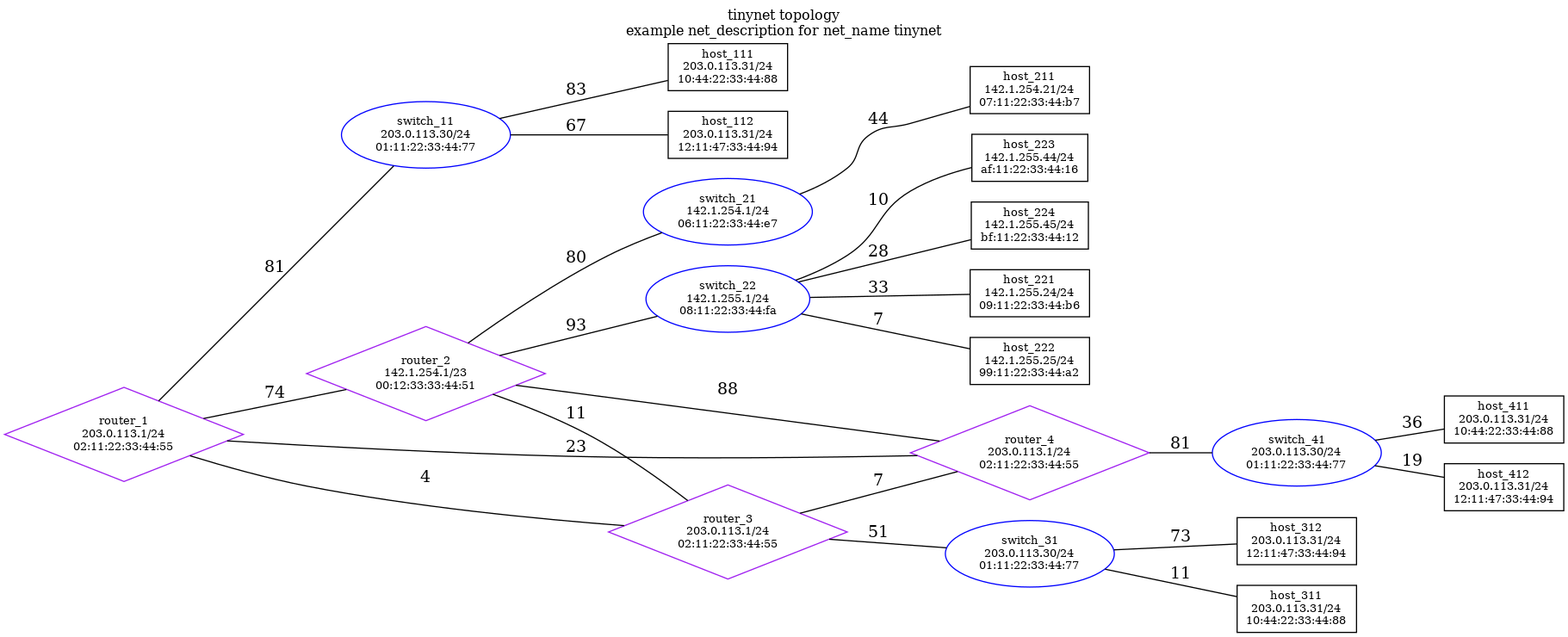
Above: conf/image/net.png in zpnst/tinynet (Graphviz), before the change. Its source is kept beside it as conf/data/net.dot.
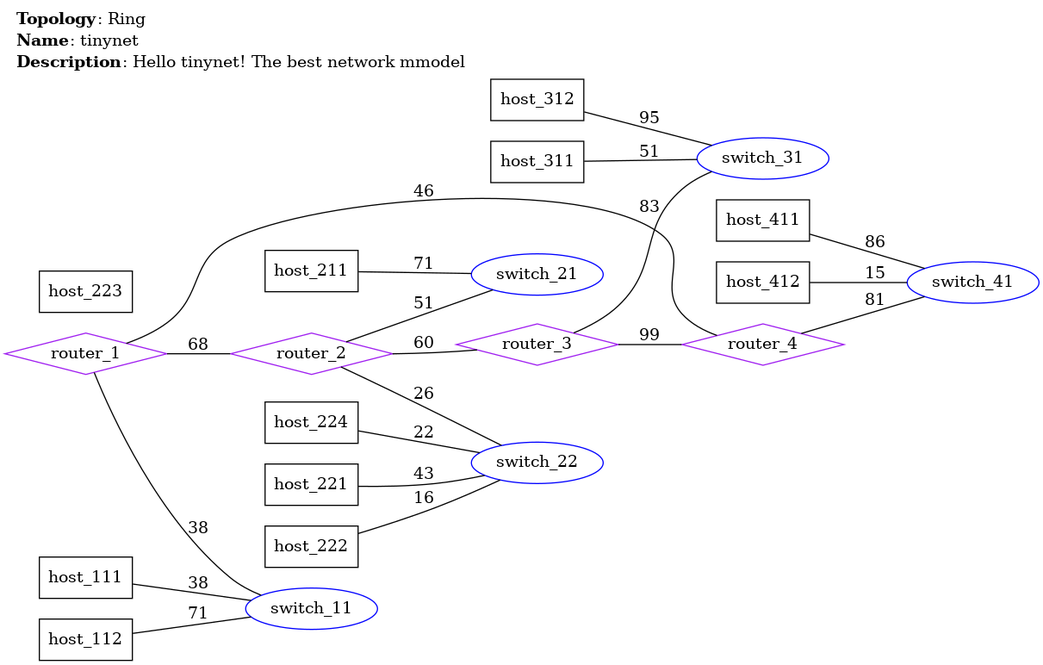
After the change.

What changed in the source:
```diff
@@ -1,51 +1,52 @@
 graph tinynet {
-    splines=true;
-    overlap=false;
     rankdir=LR;
-    label="tinynet topology\nexample net_description for net_name tinynet";
     labelloc=top;
-    fontsize=12;
-    node [fontsize=10];
-    "router_1" [shape=diamond, label="router_1\n203.0.113.1/24\n02:11:22:33:44:55", color=purple];
-    "switch_11" [shape=ellipse, label="switch_11\n203.0.113.30/24\n01:11:22:33:44:77", color=blue];
-    "host_111" [shape=box, label="host_111\n203.0.113.31/24\n10:44:22:33:44:88", color=black];
-    "host_112" [shape=box, label="host_112\n203.0.113.31/24\n12:11:47:33:44:94", color=black];
-    "router_2" [shape=diamond, label="router_2\n142.1.254.1/23\n00:12:33:33:44:51", color=purple];
-    "switch_21" [shape=ellipse, label="switch_21\n142.1.254.1/24\n06:11:22:33:44:e7", color=blue];
-    "host_211" [shape=box, label="host_211\n142.1.254.21/24\n07:11:22:33:44:b7", color=black];
-    "switch_22" [shape=ellipse, label="switch_22\n142.1.255.1/24\n08:11:22:33:44:fa", color=blue];
-    "host_221" [shape=box, label="host_221\n142.1.255.24/24\n09:11:22:33:44:b6", color=black];
-    "host_222" [shape=box, label="host_222\n142.1.255.25/24\n99:11:22:33:44:a2", color=black];
-    "host_223" [shape=box, label="host_223\n142.1.255.44/24\naf:11:22:33:44:16", color=black];
-    "host_224" [shape=box, label="host_224\n142.1.255.45/24\nbf:11:22:33:44:12", color=black];
-    "router_3" [shape=diamond, label="router_3\n203.0.113.1/24\n02:11:22:33:44:55", color=purple];
-    "switch_31" [shape=ellipse, label="switch_31\n203.0.113.30/24\n01:11:22:33:44:77", color=blue];
-    "host_311" [shape=box, label="host_311\n203.0.113.31/24\n10:44:22:33:44:88", color=black];
-    "host_312" [shape=box, label="host_312\n203.0.113.31/24\n12:11:47:33:44:94", color=black];
-    "router_4" [shape=diamond, label="router_4\n203.0.113.1/24\n02:11:22:33:44:55", color=purple];
-    "switch_41" [shape=ellipse, label="switch_41\n203.0.113.30/24\n01:11:22:33:44:77", color=blue];
-    "host_411" [shape=box, label="host_411\n203.0.113.31/24\n10:44:22:33:44:88", color=black];
-    "host_412" [shape=box, label="host_412\n203.0.113.31/24\n12:11:47:33:44:94", color=black];
-    "router_1" -- "switch_11" [label="82"];
-    "switch_11" -- "host_111" [label="23"];
-    "switch_11" -- "host_112" [label="17"];
-    "router_2" -- "switch_21" [label="83"];
-    "switch_21" -- "host_211" [label="87"];
-    "router_2" -- "switch_22" [label="98"];
-    "switch_22" -- "host_221" [label="77"];
-    "switch_22" -- "host_222" [label="31"];
-    "switch_22" -- "host_223" [label="99"];
-    "switch_22" -- "host_224" [label="51"];
-    "router_3" -- "switch_31" [label="87"];
-    "switch_31" -- "host_311" [label="51"];
-    "switch_31" -- "host_312" [label="14"];
-    "router_4" -- "switch_41" [label="54"];
-    "switch_41" -- "host_411" [label="39"];
-    "switch_41" -- "host_412" [label="7"];
-    "router_1" -- "router_2" [label="68"];
-    "router_1" -- "router_3" [label="36"];
-    "router_1" -- "router_4" [label="22"];
-    "router_2" -- "router_3" [label="78"];
-    "router_2" -- "router_4" [label="66"];
-    "router_3" -- "router_4" [label="31"];
+    labeljust=left;
+    label=<
+    <TABLE BORDER="0" CELLBORDER="0" CELLSPACING="0">
+        <TR><TD ALIGN="LEFT"><B>Topology</B>: Ring</TD></TR>
+        <TR><TD ALIGN="LEFT"><B>Name</B>: tinynet</TD></TR>
+        <TR><TD ALIGN="LEFT"><B>Description</B>: Hello tinynet! The best network mmodel</TD></TR>
+    </TABLE>
+    >;
+    "router_1" [shape=diamond, color=purple, label="router_1"];
+    "router_2" [shape=diamond, color=purple, label="router_2"];
+    "router_3" [shape=diamond, color=purple, label="router_3"];
+    "router_4" [shape=diamond, color=purple, label="router_4"];
+    "switch_11" [shape=ellipse, color=blue, label="switch_11"];
+    "switch_21" [shape=ellipse, color=blue, label="switch_21"];
+    "switch_22" [shape=ellipse, color=blue, label="switch_22"];
+    "switch_31" [shape=ellipse, color=blue, label="switch_31"];
+    "switch_41" [shape=ellipse, color=blue, label="switch_41"];
+    "host_111" [shape=box, color=black, label="host_111"];
+    "host_112" [shape=box, color=black, label="host_112"];
+    "host_211" [shape=box, color=black, label="host_211"];
+    "host_221" [shape=box, color=black, label="host_221"];
+    "host_222" [shape=box, color=black, label="host_222"];
+    "host_223" [shape=box, color=black, label="host_223"];
+    "host_224" [shape=box, color=black, label="host_224"];
+    "host_311" [shape=box, color=black, label="host_311"];
+    "host_312" [shape=box, color=black, label="host_312"];
+    "host_411" [shape=box, color=black, label="host_411"];
+    "host_412" [shape=box, color=black, label="host_412"];
+    "router_1" -- "router_2" [label="18"];
+    "router_1" -- "router_4" [label="63"];
+    "router_1" -- "switch_11" [label="21"];
+    "router_2" -- "router_3" [label="21"];
+    "router_2" -- "switch_21" [label="17"];
+    "router_2" -- "switch_22" [label="16"];
+    "router_3" -- "router_4" [label="41"];
+    "router_3" -- "switch_31" [label="77"];
+    "router_4" -- "switch_41" [label="89"];
+    "host_111" -- "switch_11" [label="95"];
+    "host_112" -- "switch_11" [label="28"];
+    "host_211" -- "switch_21" [label="13"];
+    "host_221" -- "switch_22" [label="83"];
+    "host_222" -- "switch_22" [label="27"];
+    "host_223" -- "switch_22" [label="19"];
+    "host_224" -- "switch_22" [label="94"];
+    "host_311" -- "switch_31" [label="95"];
+    "host_312" -- "switch_31" [label="67"];
+    "host_411" -- "switch_41" [label="19"];
+    "host_412" -- "switch_41" [label="48"];
 }
```
